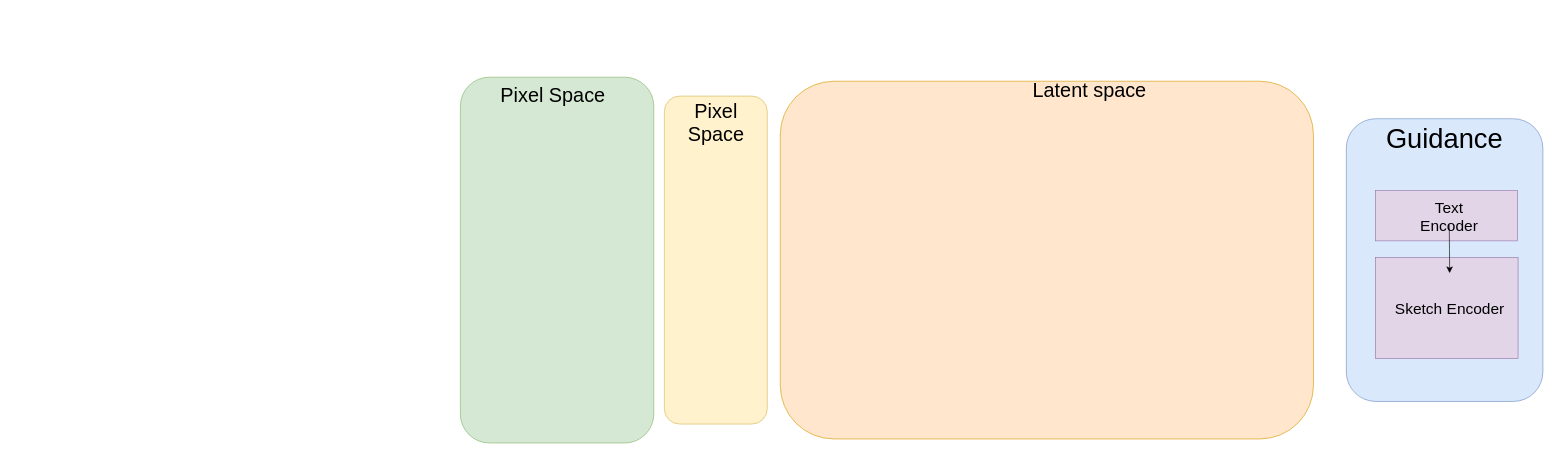
Earlier version of the draw.io diagram TrainingPipline.drawio (zacgalaxy/SketchToLego). Source tidied: cells renumbered, new cells numbered last; positions are measured from the earlier drawing's top-left corner, leaving out a move shared by most shapes. Both pictures are drawn from the tidied source at 62%, with x=0, y=0 at pixel (460, 77).
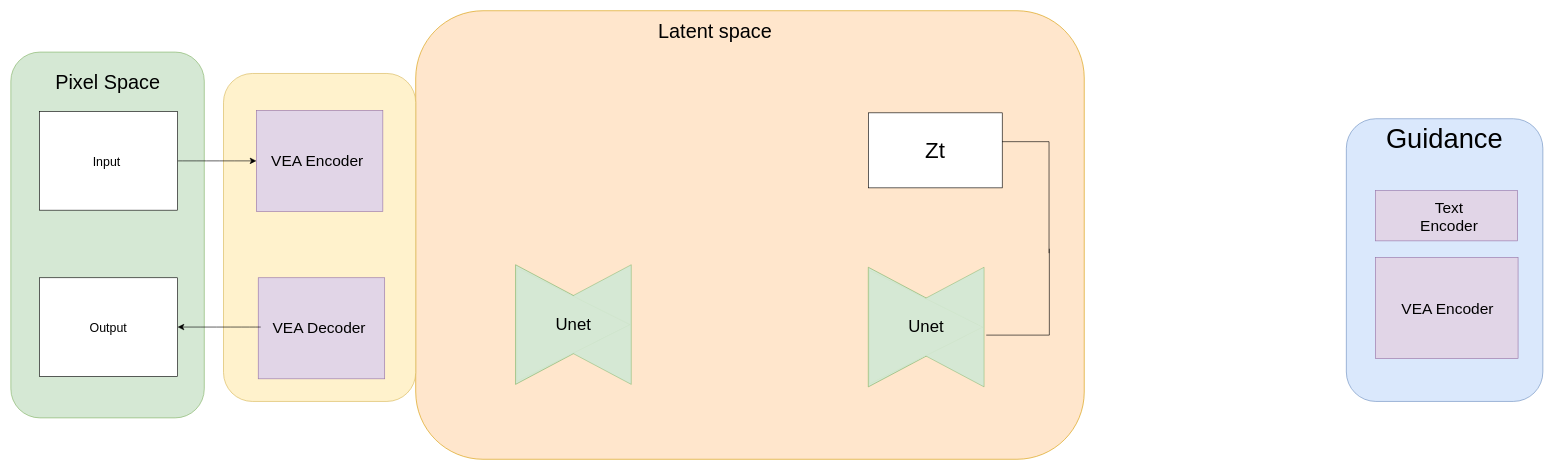
After the change.

The change refers to these unchanged cells:
```xml
<mxCell id="13" value="&lt;font style=&quot;font-size: 25px;&quot;&gt;Text Encoder&lt;/font&gt;" style="text;html=1;align=center;verticalAlign=middle;whiteSpace=wrap;rounded=0;" parent="1" vertex="1">
  <mxGeometry x="1529" y="208.5" width="132" height="30" as="geometry" />
</mxCell>
```

Change to the diagram source:
```diff
@@
     <mxCell id="2" style="rounded=1;whiteSpace=wrap;html=1;fillColor=#d5e8d4;strokeColor=#82b366;" parent="1" vertex="1">
-      <mxGeometry width="312" height="590" as="geometry" />
+      <mxGeometry x="-725" y="-40.5" width="312" height="590" as="geometry" />
     </mxCell>
     <mxCell id="3" style="rounded=1;whiteSpace=wrap;html=1;fillColor=#ffe6cc;strokeColor=#d79b00;" parent="1" vertex="1">
-      <mxGeometry x="516" y="6.5" width="860" height="577" as="geometry" />
+      <mxGeometry x="-72" y="-107.2" width="1078.3" height="723.5" as="geometry" />
     </mxCell>
     <mxCell id="4" style="rounded=1;whiteSpace=wrap;html=1;fillColor=#fff2cc;strokeColor=#d6b656;" parent="1" vertex="1">
-      <mxGeometry x="329" y="30.5" width="166" height="529" as="geometry" />
+      <mxGeometry x="-382" y="-6" width="310" height="529" as="geometry" />
     </mxCell>
@@
     <mxCell id="6" value="&lt;font style=&quot;font-size: 32px;&quot;&gt;Pixel Space&lt;/font&gt;&lt;div&gt;&lt;br&gt;&lt;/div&gt;" style="text;html=1;align=center;verticalAlign=middle;whiteSpace=wrap;rounded=0;" parent="1" vertex="1">
-      <mxGeometry x="45" y="15" width="209" height="44" as="geometry" />
+      <mxGeometry x="-673.5" y="-6" width="209" height="44" as="geometry" />
     </mxCell>
-    <mxCell id="7" value="&lt;font style=&quot;font-size: 32px;&quot;&gt;Pixel Space&lt;/font&gt;&lt;div&gt;&lt;br&gt;&lt;/div&gt;" style="text;html=1;align=center;verticalAlign=middle;whiteSpace=wrap;rounded=0;" parent="1" vertex="1">
-      <mxGeometry x="344.5" y="59" width="135" height="44" as="geometry" />
-    </mxCell>
     <mxCell id="8" value="&lt;div&gt;&lt;span style=&quot;font-size: 32px;&quot;&gt;Latent space&lt;/span&gt;&lt;/div&gt;" style="text;html=1;align=center;verticalAlign=middle;whiteSpace=wrap;rounded=0;" parent="1" vertex="1">
-      <mxGeometry x="820" width="390" height="44" as="geometry" />
+      <mxGeometry x="216" y="-96.5" width="390" height="44" as="geometry" />
     </mxCell>
@@
-    <mxCell id="12" style="edgeStyle=none;curved=1;rounded=0;jettySize=auto;html=1;fontSize=12;startSize=8;endSize=8;" parent="1" edge="1" source="13" target="14">
-      <mxGeometry relative="1" as="geometry" />
-    </mxCell>
@@
-    <mxCell id="14" value="&lt;font style=&quot;font-size: 25px;&quot;&gt;Sketch Encoder&lt;/font&gt;" style="text;html=1;align=center;verticalAlign=middle;whiteSpace=wrap;rounded=0;" parent="1" vertex="1">
+    <mxCell id="14" value="&lt;span style=&quot;font-size: 25px;&quot;&gt;VEA Encoder&amp;nbsp;&lt;/span&gt;" style="text;html=1;align=center;verticalAlign=middle;whiteSpace=wrap;rounded=0;" parent="1" vertex="1">
       <mxGeometry x="1498" y="316" width="196" height="111" as="geometry" />
     </mxCell>
+    <mxCell id="15" style="rounded=0;whiteSpace=wrap;html=1;fillColor=#e1d5e7;strokeColor=#9673a6;" parent="1" vertex="1">
+      <mxGeometry x="-329" y="53.5" width="204" height="163" as="geometry" />
+    </mxCell>
+    <mxCell id="16" value="&lt;span style=&quot;font-size: 25px;&quot;&gt;VEA Encoder&amp;nbsp;&lt;/span&gt;" style="text;html=1;align=center;verticalAlign=middle;whiteSpace=wrap;rounded=0;" parent="1" vertex="1">
+      <mxGeometry x="-325" y="97.5" width="196" height="71" as="geometry" />
+    </mxCell>
+    <mxCell id="17" style="rounded=0;whiteSpace=wrap;html=1;fillColor=#e1d5e7;strokeColor=#9673a6;" parent="1" vertex="1">
+      <mxGeometry x="-326" y="323.5" width="204" height="163" as="geometry" />
+    </mxCell>
+    <mxCell id="18" style="edgeStyle=none;curved=1;rounded=0;jettySize=auto;html=1;exitX=0;exitY=0.5;exitDx=0;exitDy=0;entryX=1;entryY=0.5;entryDx=0;entryDy=0;fontSize=12;startSize=8;endSize=8;" parent="1" edge="1" source="19" target="22">
+      <mxGeometry relative="1" as="geometry" />
+    </mxCell>
+    <mxCell id="19" value="&lt;span style=&quot;font-size: 25px;&quot;&gt;VEA Decoder&amp;nbsp;&lt;/span&gt;" style="text;html=1;align=center;verticalAlign=middle;whiteSpace=wrap;rounded=0;" parent="1" vertex="1">
+      <mxGeometry x="-322" y="367.5" width="196" height="71" as="geometry" />
+    </mxCell>
+    <mxCell id="20" style="edgeStyle=none;curved=1;rounded=0;jettySize=auto;html=1;exitX=1;exitY=0.5;exitDx=0;exitDy=0;entryX=0;entryY=0.5;entryDx=0;entryDy=0;fontSize=12;startSize=8;endSize=8;" parent="1" edge="1" source="21" target="15">
+      <mxGeometry relative="1" as="geometry" />
+    </mxCell>
+    <mxCell id="21" value="&lt;font style=&quot;font-size: 20px;&quot;&gt;Input&amp;nbsp;&lt;/font&gt;" style="rounded=0;whiteSpace=wrap;html=1;" parent="1" vertex="1">
+      <mxGeometry x="-679" y="55.5" width="223" height="159" as="geometry" />
+    </mxCell>
+    <mxCell id="22" value="&lt;span style=&quot;font-size: 20px;&quot;&gt;Output&lt;/span&gt;" style="rounded=0;whiteSpace=wrap;html=1;" parent="1" vertex="1">
+      <mxGeometry x="-679" y="323.5" width="223" height="159" as="geometry" />
+    </mxCell>
+    <mxCell id="23" style="group;rotation=-180;direction=west;" parent="1" vertex="1">
+      <mxGeometry x="658" y="306.5" width="187" height="193" as="geometry" />
+    </mxCell>
+    <mxCell id="24" style="triangle;whiteSpace=wrap;html=1;rotation=0;strokeColor=#82b366;fillColor=#d5e8d4;" parent="23" vertex="1">
+      <mxGeometry width="181.7" height="193" as="geometry" />
+    </mxCell>
+    <mxCell id="25" style="triangle;whiteSpace=wrap;html=1;rotation=0;strokeColor=#82b366;direction=west;strokeWidth=0.8;fillColor=#d5e8d4;" parent="23" vertex="1">
+      <mxGeometry x="5" width="181.7" height="193" as="geometry" />
+    </mxCell>
+    <mxCell id="26" value="&lt;font style=&quot;font-size: 27px;&quot;&gt;Unet&lt;/font&gt;" style="triangle;whiteSpace=wrap;html=1;rotation=0;strokeColor=#82b366;fillColor=#d5e8d4;strokeWidth=0;" parent="23" vertex="1">
+      <mxGeometry x="2" y="5" width="182.8" height="183.3" as="geometry" />
+    </mxCell>
+    <mxCell id="27" style="group;rotation=-180;direction=west;" parent="1" vertex="1">
+      <mxGeometry x="89" y="302.5" width="187" height="193" as="geometry" />
+    </mxCell>
+    <mxCell id="28" style="triangle;whiteSpace=wrap;html=1;rotation=0;strokeColor=#82b366;fillColor=#d5e8d4;" parent="27" vertex="1">
+      <mxGeometry width="181.7" height="193" as="geometry" />
+    </mxCell>
+    <mxCell id="29" style="triangle;whiteSpace=wrap;html=1;rotation=0;strokeColor=#82b366;direction=west;strokeWidth=0.8;fillColor=#d5e8d4;" parent="27" vertex="1">
+      <mxGeometry x="5" width="181.7" height="193" as="geometry" />
+    </mxCell>
+    <mxCell id="30" value="&lt;font style=&quot;font-size: 27px;&quot;&gt;Unet&lt;/font&gt;" style="triangle;whiteSpace=wrap;html=1;rotation=0;strokeColor=#82b366;fillColor=#d5e8d4;strokeWidth=0;" parent="27" vertex="1">
+      <mxGeometry x="2" y="5" width="182.8" height="183.3" as="geometry" />
+    </mxCell>
+    <mxCell id="31" value="&lt;font style=&quot;font-size: 36px;&quot;&gt;Zt&lt;/font&gt;" style="rounded=0;whiteSpace=wrap;html=1;" parent="1" vertex="1">
+      <mxGeometry x="658" y="57.5" width="216" height="121" as="geometry" />
+    </mxCell>
+    <mxCell id="32" style="group;" parent="1" vertex="1">
+      <mxGeometry x="845" y="104" width="105" height="312" as="geometry" />
+    </mxCell>
+    <mxCell id="33" style="shape=partialRectangle;whiteSpace=wrap;html=1;top=0;left=0;fillColor=none;" parent="32" vertex="1">
+      <mxGeometry x="4" y="173.5" width="101" height="138.5" as="geometry" />
+    </mxCell>
+    <mxCell id="34" style="shape=partialRectangle;whiteSpace=wrap;html=1;top=0;left=0;fillColor=none;rotation=-90;" parent="32" vertex="1">
+      <mxGeometry x="-22.5" y="52" width="179" height="75" as="geometry" />
+    </mxCell>
```
